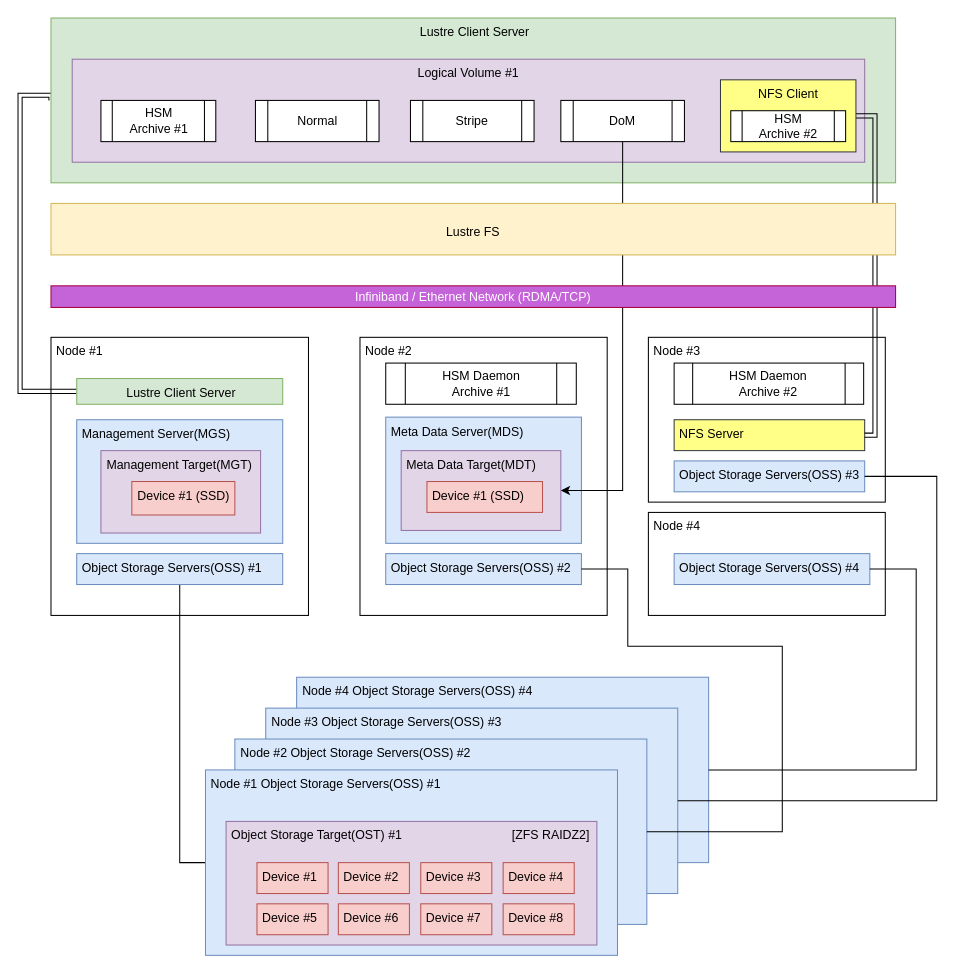
This is Lustre FS.drawio from weed700/Lustre_study, a draw.io file, before an edit. Source tidied: cells renumbered, new cells numbered last; positions are measured from the earlier drawing's top-left corner, leaving out a move shared by most shapes. Both pictures are drawn from the tidied source at 103%, with x=0, y=0 at pixel (20, 18).
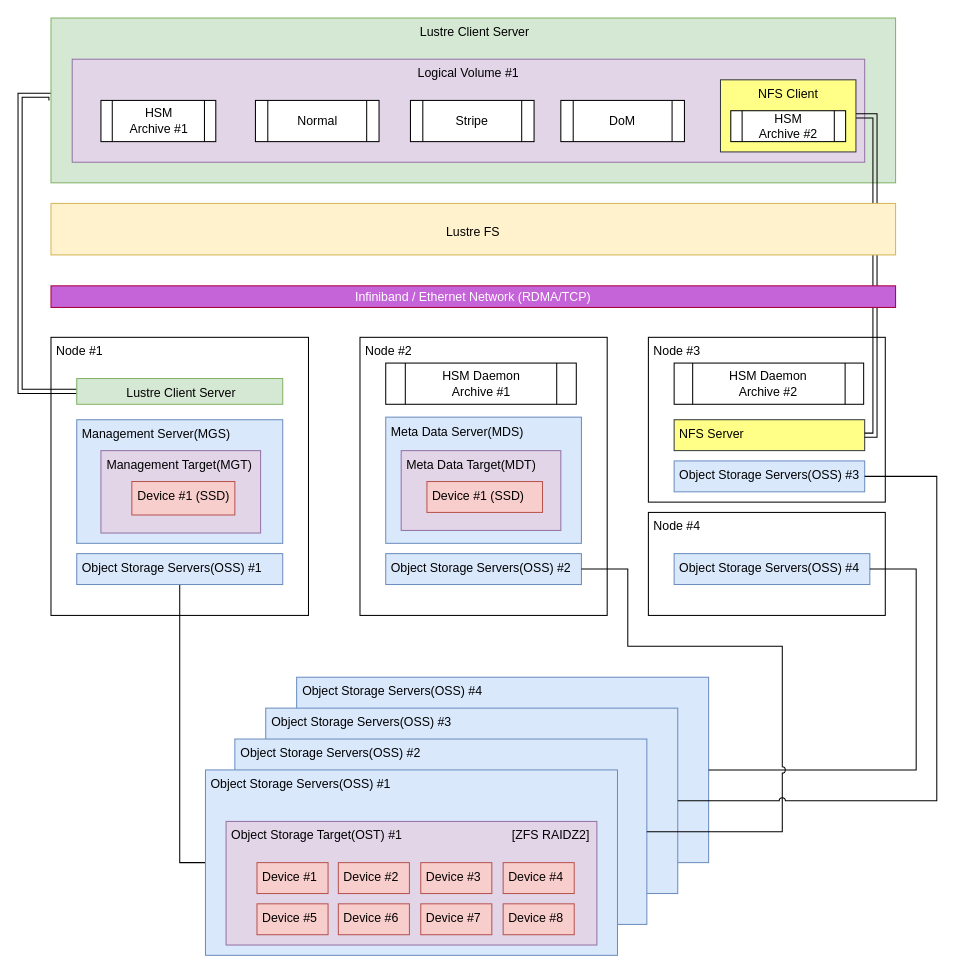
Above is the later version.

The change refers to these unchanged cells:
```xml
<mxCell id="22" value="&amp;nbsp;Object Storage Servers(OSS) #3" style="rounded=0;whiteSpace=wrap;html=1;align=left;verticalAlign=top;fillColor=#dae8fc;strokeColor=#6c8ebf;" parent="1" vertex="1">
  <mxGeometry x="635" y="430" width="185" height="30" as="geometry" />
</mxCell>
<mxCell id="24" value="&amp;nbsp;Object Storage Servers(OSS) #4" style="rounded=0;whiteSpace=wrap;html=1;align=left;verticalAlign=top;fillColor=#dae8fc;strokeColor=#6c8ebf;" parent="1" vertex="1">
  <mxGeometry x="635" y="520" width="190" height="30" as="geometry" />
</mxCell>
<mxCell id="29" value="&amp;nbsp;Object Storage Servers(OSS) #2" style="rounded=0;whiteSpace=wrap;html=1;align=left;verticalAlign=top;fillColor=#dae8fc;strokeColor=#6c8ebf;" parent="1" vertex="1">
  <mxGeometry x="355" y="520" width="190" height="30" as="geometry" />
</mxCell>
<mxCell id="30" value="&amp;nbsp;Meta Data Target(MDT)" style="rounded=0;whiteSpace=wrap;html=1;align=left;verticalAlign=top;fillColor=#e1d5e7;strokeColor=#9673a6;" parent="1" vertex="1">
  <mxGeometry x="370" y="420" width="155" height="77.5" as="geometry" />
</mxCell>
<mxCell id="40" value="DoM" style="shape=process;whiteSpace=wrap;html=1;backgroundOutline=1;fontSize=12;" parent="1" vertex="1">
  <mxGeometry x="525" y="80" width="120" height="40" as="geometry" />
</mxCell>
```

Diff of the diagram source:
```diff
@@
-    <mxCell id="6" value="&amp;nbsp;Node #4 Object Storage Servers(OSS) #4" style="rounded=0;whiteSpace=wrap;html=1;align=left;verticalAlign=top;fillColor=#dae8fc;strokeColor=#6c8ebf;" parent="1" vertex="1">
+    <mxCell id="6" value="&amp;nbsp;Object Storage Servers(OSS) #4" style="rounded=0;whiteSpace=wrap;html=1;align=left;verticalAlign=top;fillColor=#dae8fc;strokeColor=#6c8ebf;" parent="1" vertex="1">
       <mxGeometry x="268.5" y="640" width="400" height="180" as="geometry" />
     </mxCell>
-    <mxCell id="7" value="&amp;nbsp;Node #3 Object Storage Servers(OSS) #3" style="rounded=0;whiteSpace=wrap;html=1;align=left;verticalAlign=top;fillColor=#dae8fc;strokeColor=#6c8ebf;" parent="1" vertex="1">
+    <mxCell id="7" value="&amp;nbsp;Object Storage Servers(OSS) #3" style="rounded=0;whiteSpace=wrap;html=1;align=left;verticalAlign=top;fillColor=#dae8fc;strokeColor=#6c8ebf;" parent="1" vertex="1">
       <mxGeometry x="238.5" y="670" width="400" height="180" as="geometry" />
     </mxCell>
-    <mxCell id="8" value="&amp;nbsp;Node #2 Object Storage Servers(OSS) #2" style="rounded=0;whiteSpace=wrap;html=1;align=left;verticalAlign=top;fillColor=#dae8fc;strokeColor=#6c8ebf;" parent="1" vertex="1">
+    <mxCell id="8" value="&amp;nbsp;Object Storage Servers(OSS) #2" style="rounded=0;whiteSpace=wrap;html=1;align=left;verticalAlign=top;fillColor=#dae8fc;strokeColor=#6c8ebf;" parent="1" vertex="1">
       <mxGeometry x="208.5" y="700" width="400" height="180" as="geometry" />
     </mxCell>
@@
-    <mxCell id="10" value="&amp;nbsp;Node #1 Object Storage Servers(OSS) #1" style="rounded=0;whiteSpace=wrap;html=1;align=left;verticalAlign=top;fillColor=#dae8fc;strokeColor=#6c8ebf;" parent="1" vertex="1">
+    <mxCell id="10" value="&amp;nbsp;Object Storage Servers(OSS) #1" style="rounded=0;whiteSpace=wrap;html=1;align=left;verticalAlign=top;fillColor=#dae8fc;strokeColor=#6c8ebf;" parent="1" vertex="1">
       <mxGeometry x="180" y="730" width="400" height="180" as="geometry" />
     </mxCell>
@@
-    <mxCell id="32" style="edgeStyle=orthogonalEdgeStyle;rounded=0;jettySize=auto;html=1;exitX=1;exitY=0.5;exitDx=0;exitDy=0;entryX=1;entryY=0.5;entryDx=0;entryDy=0;fontSize=12;endArrow=none;endFill=0;" parent="1" edge="1" source="6" target="24">
+    <mxCell id="32" style="edgeStyle=orthogonalEdgeStyle;rounded=0;jettySize=auto;html=1;exitX=1;exitY=0.5;exitDx=0;exitDy=0;entryX=1;entryY=0.5;entryDx=0;entryDy=0;fontSize=12;endArrow=none;endFill=0;jumpStyle=arc;" parent="1" edge="1" source="6" target="24">
       <mxGeometry relative="1" as="geometry">
         <Array as="points">
           <mxPoint x="870" y="730" />
           <mxPoint x="870" y="535" />
         </Array>
       </mxGeometry>
     </mxCell>
-    <mxCell id="33" style="edgeStyle=orthogonalEdgeStyle;rounded=0;jettySize=auto;html=1;exitX=1;exitY=0.5;exitDx=0;exitDy=0;fontSize=12;endArrow=none;endFill=0;" parent="1" edge="1" source="8" target="29">
+    <mxCell id="33" style="edgeStyle=orthogonalEdgeStyle;rounded=0;jettySize=auto;html=1;exitX=1;exitY=0.5;exitDx=0;exitDy=0;fontSize=12;endArrow=none;endFill=0;jumpStyle=arc;" parent="1" edge="1" source="8" target="29">
       <mxGeometry relative="1" as="geometry">
         <Array as="points">
           <mxPoint x="740" y="790" />
           <mxPoint x="740" y="610" />
           <mxPoint x="590" y="610" />
           <mxPoint x="590" y="535" />
         </Array>
       </mxGeometry>
     </mxCell>
@@
-    <mxCell id="39" style="edgeStyle=orthogonalEdgeStyle;rounded=0;jettySize=auto;html=1;exitX=0.5;exitY=1;exitDx=0;exitDy=0;entryX=1;entryY=0.5;entryDx=0;entryDy=0;fontSize=12;endArrow=classic;endFill=1;startArrow=none;startFill=0;" parent="1" edge="1" source="40" target="30">
-      <mxGeometry relative="1" as="geometry" />
-    </mxCell>
@@
-    <mxCell id="44" style="edgeStyle=orthogonalEdgeStyle;rounded=0;jettySize=auto;html=1;exitX=1;exitY=0.5;exitDx=0;exitDy=0;entryX=1;entryY=0.5;entryDx=0;entryDy=0;fontSize=12;endArrow=none;endFill=0;" parent="1" edge="1" source="7" target="22">
+    <mxCell id="44" style="edgeStyle=orthogonalEdgeStyle;rounded=0;jettySize=auto;html=1;exitX=1;exitY=0.5;exitDx=0;exitDy=0;entryX=1;entryY=0.5;entryDx=0;entryDy=0;fontSize=12;endArrow=none;endFill=0;jumpStyle=arc;" parent="1" edge="1" source="7" target="22">
       <mxGeometry relative="1" as="geometry">
         <Array as="points">
           <mxPoint x="890" y="760" />
           <mxPoint x="890" y="445" />
         </Array>
       </mxGeometry>
     </mxCell>
```
